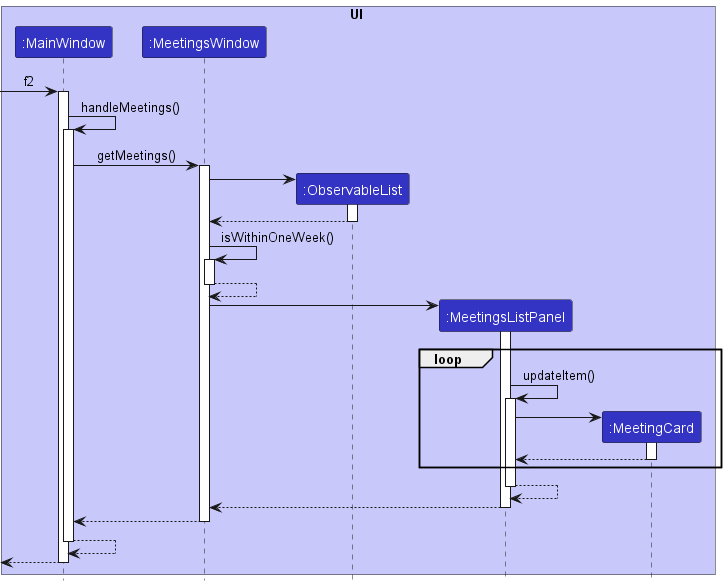
nus-cs2103-AY2223S1/tp keeps this PlantUML diagram as docs/images/DeveloperGuide/UpcomingMeetings/UpcomingMeetingSequenceDiagram.png. Above is the earlier version.
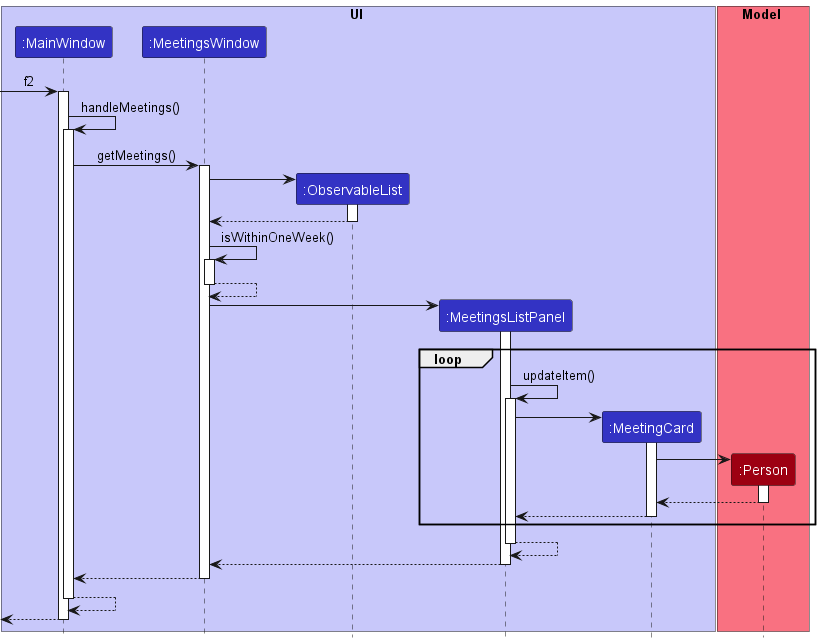
After the change.

Commit message:
Update UML Diagrams

The edit, as a diff of the source:
```diff
@@ -7,6 +7,10 @@
 participant ":ObservableList" as ObservableList LOGIC_COLOR
 participant ":MeetingsListPanel" as MeetingsListPanel LOGIC_COLOR
 participant ":MeetingCard" as MeetingCard LOGIC_COLOR
+end box
+
+box Model MODEL_COLOR_T1
+participant ":Person" as Person MODEL_COLOR
 end box
 
 [-> MainWindow : f2
@@ -44,6 +48,13 @@
 MeetingsListPanel -> MeetingCard
 activate MeetingCard
 
+create Person
+MeetingCard -> Person
+activate Person
+
+Person --> MeetingCard
+deactivate Person
+
 MeetingCard --> MeetingsListPanel
 deactivate MeetingCard
 
```
